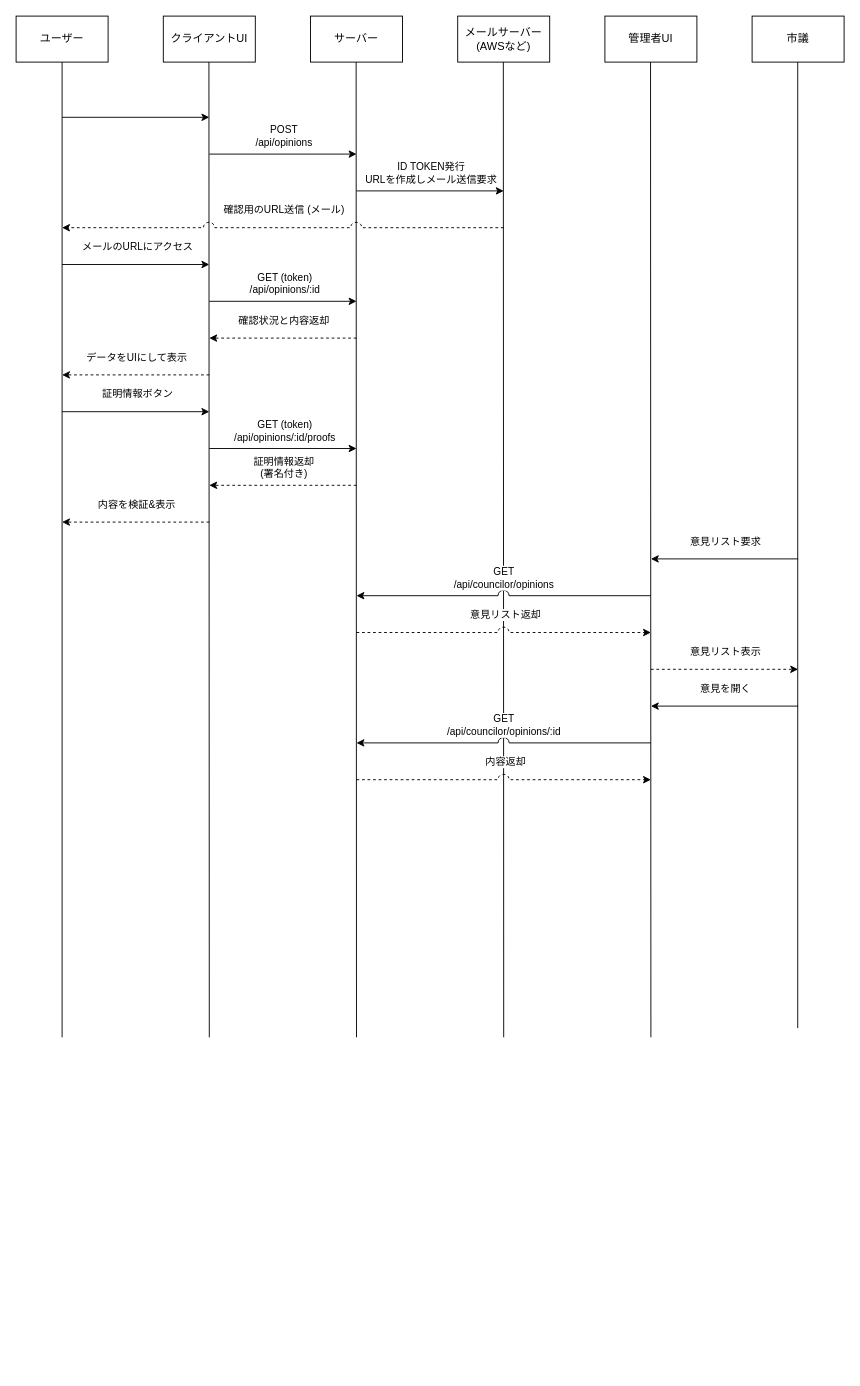
The draw.io diagram blueprint/city-ikenbako.drawio in mocadayoo/city-ikenbako, before the edit. Source tidied: cells renumbered, new cells numbered last; positions are measured from the earlier drawing's top-left corner, leaving out a move shared by most shapes. Both pictures are drawn from the tidied source at 92%, with x=0, y=0 at pixel (16, 16).
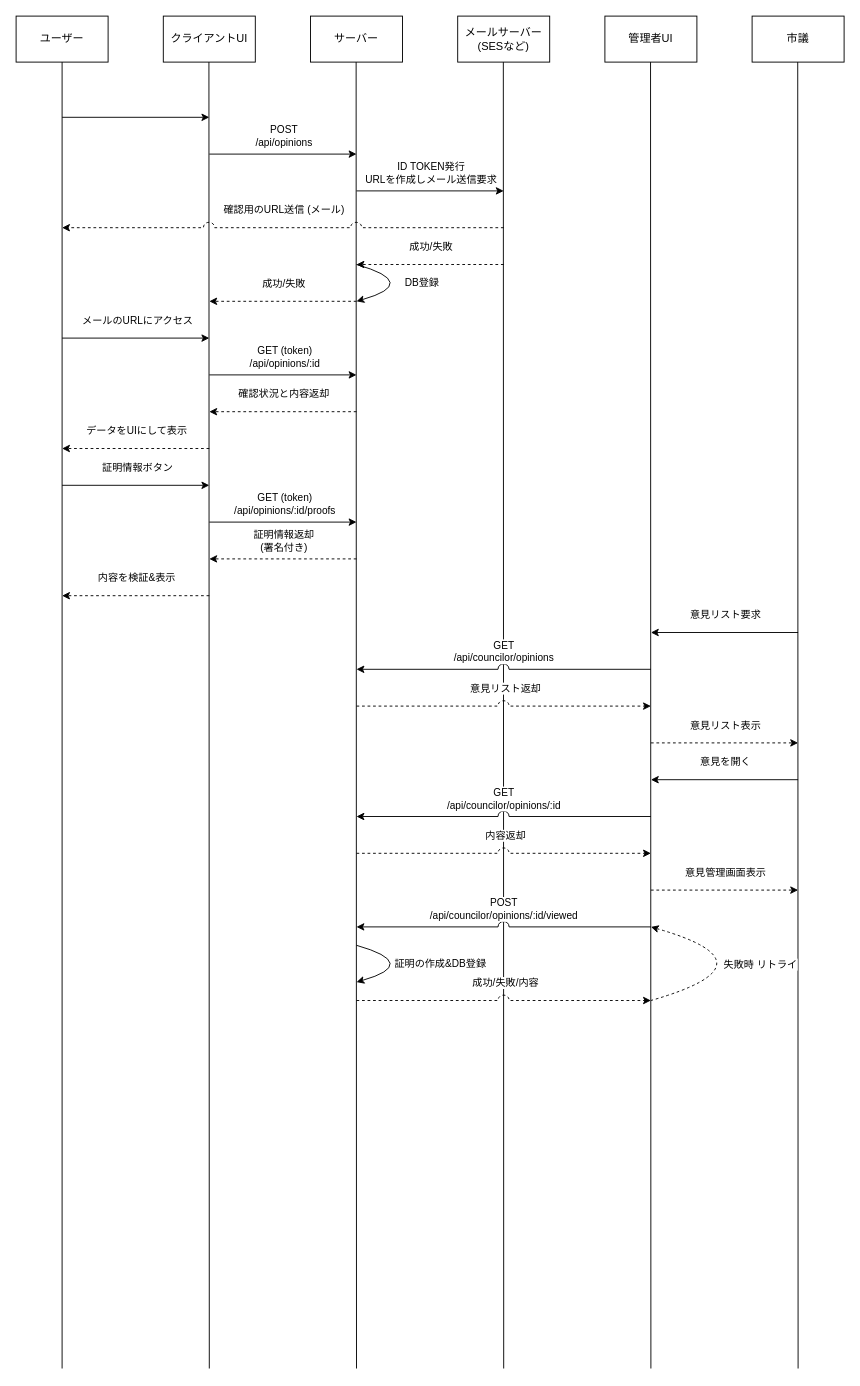
After the change.

Commit message:
chore(blueprint): update flowchart

The change refers to these unchanged cells:
```xml
<mxCell id="2" value="ユーザー" style="rounded=0;whiteSpace=wrap;html=1;" parent="1" vertex="1">
  <mxGeometry width="100" height="50" as="geometry" />
</mxCell>
```

Diff of the diagram source:
```diff
@@
     <mxCell id="5" style="endArrow=none;html=1;rounded=0;entryX=0.5;entryY=1;entryDx=0;entryDy=0;" parent="1" edge="1" target="2">
       <mxGeometry relative="1" as="geometry">
-        <mxPoint x="50" y="1110" as="sourcePoint" />
+        <mxPoint x="50" y="1470" as="sourcePoint" />
       </mxGeometry>
     </mxCell>
     <mxCell id="6" style="endArrow=none;html=1;rounded=0;entryX=0.5;entryY=1;entryDx=0;entryDy=0;" parent="1" edge="1">
       <mxGeometry relative="1" as="geometry">
-        <mxPoint x="210" y="1110" as="sourcePoint" />
+        <mxPoint x="210" y="1470" as="sourcePoint" />
         <mxPoint x="209.6" y="50" as="targetPoint" />
       </mxGeometry>
     </mxCell>
     <mxCell id="7" style="endArrow=none;html=1;rounded=0;entryX=0.5;entryY=1;entryDx=0;entryDy=0;" parent="1" edge="1">
       <mxGeometry relative="1" as="geometry">
-        <mxPoint x="370" y="1110" as="sourcePoint" />
+        <mxPoint x="370" y="1470" as="sourcePoint" />
         <mxPoint x="369.6" y="50" as="targetPoint" />
       </mxGeometry>
     </mxCell>
@@
-    <mxCell id="10" value="メールサーバー&lt;div&gt;(AWSなど)&lt;/div&gt;" style="rounded=0;whiteSpace=wrap;html=1;" parent="1" vertex="1">
+    <mxCell id="10" value="メールサーバー&lt;div&gt;(SESなど)&lt;/div&gt;" style="rounded=0;whiteSpace=wrap;html=1;" parent="1" vertex="1">
       <mxGeometry x="480" width="100" height="50" as="geometry" />
     </mxCell>
     <mxCell id="11" style="endArrow=none;html=1;rounded=0;entryX=0.5;entryY=1;entryDx=0;entryDy=0;" parent="1" edge="1">
       <mxGeometry relative="1" as="geometry">
-        <mxPoint x="530" y="1110" as="sourcePoint" />
+        <mxPoint x="530" y="1470" as="sourcePoint" />
         <mxPoint x="529.6" y="50" as="targetPoint" />
       </mxGeometry>
     </mxCell>
@@
     <mxCell id="15" style="endArrow=none;html=1;rounded=0;entryX=0.5;entryY=1;entryDx=0;entryDy=0;" parent="1" edge="1">
       <mxGeometry relative="1" as="geometry">
-        <mxPoint x="690" y="1110" as="sourcePoint" />
+        <mxPoint x="690" y="1470" as="sourcePoint" />
         <mxPoint x="689.6" y="50" as="targetPoint" />
       </mxGeometry>
     </mxCell>
@@
     <mxCell id="20" style="endArrow=classic;html=1;rounded=0;" parent="1" edge="1">
       <mxGeometry relative="1" as="geometry">
-        <mxPoint x="50" y="270" as="sourcePoint" />
-        <mxPoint x="210" y="270" as="targetPoint" />
+        <mxPoint x="50" y="350" as="sourcePoint" />
+        <mxPoint x="210" y="350" as="targetPoint" />
       </mxGeometry>
     </mxCell>
@@
     <mxCell id="22" style="endArrow=classic;html=1;rounded=0;" parent="1" edge="1">
       <mxGeometry relative="1" as="geometry">
-        <mxPoint x="210" y="310" as="sourcePoint" />
-        <mxPoint x="370" y="310" as="targetPoint" />
+        <mxPoint x="210" y="390" as="sourcePoint" />
+        <mxPoint x="370" y="390" as="targetPoint" />
       </mxGeometry>
     </mxCell>
@@
     <mxCell id="24" style="endArrow=classic;html=1;rounded=0;dashed=1;" parent="1" edge="1">
       <mxGeometry relative="1" as="geometry">
-        <mxPoint x="370" y="350" as="sourcePoint" />
-        <mxPoint x="210" y="350" as="targetPoint" />
+        <mxPoint x="370" y="430" as="sourcePoint" />
+        <mxPoint x="210" y="430" as="targetPoint" />
       </mxGeometry>
     </mxCell>
@@
     <mxCell id="26" style="endArrow=classic;html=1;rounded=0;dashed=1;" parent="1" edge="1">
       <mxGeometry relative="1" as="geometry">
-        <mxPoint x="210" y="390" as="sourcePoint" />
-        <mxPoint x="50" y="390" as="targetPoint" />
+        <mxPoint x="210" y="470" as="sourcePoint" />
+        <mxPoint x="50" y="470" as="targetPoint" />
       </mxGeometry>
     </mxCell>
@@
     <mxCell id="29" style="endArrow=none;html=1;rounded=0;entryX=0.5;entryY=1;entryDx=0;entryDy=0;" parent="1" edge="1">
       <mxGeometry relative="1" as="geometry">
-        <mxPoint x="849.6" y="1100" as="sourcePoint" />
+        <mxPoint x="850" y="1470" as="sourcePoint" />
         <mxPoint x="849.6" y="50" as="targetPoint" />
       </mxGeometry>
     </mxCell>
     <mxCell id="30" style="endArrow=classic;html=1;rounded=0;" parent="1" edge="1">
       <mxGeometry relative="1" as="geometry">
-        <mxPoint x="50" y="430" as="sourcePoint" />
-        <mxPoint x="210" y="430" as="targetPoint" />
+        <mxPoint x="50" y="510" as="sourcePoint" />
+        <mxPoint x="210" y="510" as="targetPoint" />
       </mxGeometry>
     </mxCell>
@@
     <mxCell id="32" style="endArrow=classic;html=1;rounded=0;" parent="1" edge="1">
       <mxGeometry relative="1" as="geometry">
-        <mxPoint x="210" y="470" as="sourcePoint" />
-        <mxPoint x="370" y="470" as="targetPoint" />
+        <mxPoint x="210" y="550" as="sourcePoint" />
+        <mxPoint x="370" y="550" as="targetPoint" />
       </mxGeometry>
     </mxCell>
@@
     <mxCell id="34" style="endArrow=classic;html=1;rounded=0;dashed=1;" parent="1" edge="1">
       <mxGeometry relative="1" as="geometry">
-        <mxPoint x="370" y="510" as="sourcePoint" />
-        <mxPoint x="210" y="510" as="targetPoint" />
+        <mxPoint x="370" y="590" as="sourcePoint" />
+        <mxPoint x="210" y="590" as="targetPoint" />
       </mxGeometry>
     </mxCell>
@@
     <mxCell id="36" style="endArrow=classic;html=1;rounded=0;dashed=1;" parent="1" edge="1">
       <mxGeometry relative="1" as="geometry">
-        <mxPoint x="210" y="550" as="sourcePoint" />
-        <mxPoint x="50" y="550" as="targetPoint" />
+        <mxPoint x="210" y="630" as="sourcePoint" />
+        <mxPoint x="50" y="630" as="targetPoint" />
       </mxGeometry>
     </mxCell>
@@
     <mxCell id="38" style="endArrow=classic;html=1;rounded=0;" parent="1" edge="1">
       <mxGeometry relative="1" as="geometry">
-        <mxPoint x="850" y="590" as="sourcePoint" />
-        <mxPoint x="690" y="590" as="targetPoint" />
+        <mxPoint x="850" y="670" as="sourcePoint" />
+        <mxPoint x="690" y="670" as="targetPoint" />
       </mxGeometry>
     </mxCell>
@@
     <mxCell id="40" style="endArrow=classic;html=1;rounded=0;jumpStyle=arc;jumpSize=12;" parent="1" edge="1">
       <mxGeometry relative="1" as="geometry">
-        <mxPoint x="690" y="630" as="sourcePoint" />
-        <mxPoint x="370" y="630" as="targetPoint" />
+        <mxPoint x="690" y="710" as="sourcePoint" />
+        <mxPoint x="370" y="710" as="targetPoint" />
       </mxGeometry>
     </mxCell>
@@
     <mxCell id="42" style="endArrow=classic;html=1;rounded=0;dashed=1;jumpStyle=arc;jumpSize=12;" parent="1" edge="1">
       <mxGeometry relative="1" as="geometry">
-        <mxPoint x="370" y="670" as="sourcePoint" />
-        <mxPoint x="690" y="670" as="targetPoint" />
+        <mxPoint x="370" y="750" as="sourcePoint" />
+        <mxPoint x="690" y="750" as="targetPoint" />
       </mxGeometry>
     </mxCell>
@@
     <mxCell id="44" style="endArrow=classic;html=1;rounded=0;dashed=1;" parent="1" edge="1">
       <mxGeometry relative="1" as="geometry">
-        <mxPoint x="690" y="710" as="sourcePoint" />
-        <mxPoint x="850" y="710" as="targetPoint" />
+        <mxPoint x="690" y="790" as="sourcePoint" />
+        <mxPoint x="850" y="790" as="targetPoint" />
       </mxGeometry>
     </mxCell>
@@
     <mxCell id="46" style="endArrow=classic;html=1;rounded=0;" parent="1" edge="1">
       <mxGeometry relative="1" as="geometry">
-        <mxPoint x="850" y="750" as="sourcePoint" />
-        <mxPoint x="690" y="750" as="targetPoint" />
+        <mxPoint x="850" y="830" as="sourcePoint" />
+        <mxPoint x="690" y="830" as="targetPoint" />
       </mxGeometry>
     </mxCell>
@@
     <mxCell id="48" style="endArrow=classic;html=1;rounded=0;jumpStyle=arc;jumpSize=12;" parent="1" edge="1">
       <mxGeometry relative="1" as="geometry">
-        <mxPoint x="690" y="790" as="sourcePoint" />
-        <mxPoint x="370" y="790" as="targetPoint" />
+        <mxPoint x="690" y="870" as="sourcePoint" />
+        <mxPoint x="370" y="870" as="targetPoint" />
       </mxGeometry>
     </mxCell>
@@
     <mxCell id="50" style="endArrow=classic;html=1;rounded=0;dashed=1;jumpStyle=arc;jumpSize=12;" parent="1" edge="1">
       <mxGeometry relative="1" as="geometry">
-        <mxPoint x="370" y="830" as="sourcePoint" />
-        <mxPoint x="690" y="830" as="targetPoint" />
+        <mxPoint x="370" y="910" as="sourcePoint" />
+        <mxPoint x="690" y="910" as="targetPoint" />
       </mxGeometry>
     </mxCell>
@@
+    <mxCell id="52" style="endArrow=classic;html=1;rounded=0;dashed=1;" parent="1" edge="1">
+      <mxGeometry relative="1" as="geometry">
+        <mxPoint x="690" y="950" as="sourcePoint" />
+        <mxPoint x="850" y="950" as="targetPoint" />
+      </mxGeometry>
+    </mxCell>
+    <mxCell id="53" value="意見管理画面表示" style="edgeLabel;html=1;align=center;verticalAlign=middle;labelBackgroundColor=default;labelBorderColor=none;" parent="52" vertex="1">
+      <mxGeometry x="-0.34" y="-3" relative="1" as="geometry">
+        <mxPoint x="27" y="-23" as="offset" />
+      </mxGeometry>
+    </mxCell>
+    <mxCell id="54" style="endArrow=classic;html=1;rounded=0;jumpStyle=arc;jumpSize=12;" parent="1" edge="1">
+      <mxGeometry relative="1" as="geometry">
+        <mxPoint x="690" y="990" as="sourcePoint" />
+        <mxPoint x="370" y="990" as="targetPoint" />
+      </mxGeometry>
+    </mxCell>
+    <mxCell id="55" value="POST&lt;br&gt;&lt;div&gt;/api/councilor/opinions/:id/viewed&lt;/div&gt;" style="edgeLabel;html=1;align=center;verticalAlign=middle;labelBackgroundColor=default;labelBorderColor=none;" parent="54" vertex="1">
+      <mxGeometry x="-0.34" y="-3" relative="1" as="geometry">
+        <mxPoint x="-55" y="-17" as="offset" />
+      </mxGeometry>
+    </mxCell>
+    <mxCell id="56" style="endArrow=classic;html=1;rounded=0;dashed=1;" parent="1" edge="1">
+      <mxGeometry relative="1" as="geometry">
+        <mxPoint x="530" y="270" as="sourcePoint" />
+        <mxPoint x="370" y="270" as="targetPoint" />
+      </mxGeometry>
+    </mxCell>
+    <mxCell id="57" value="成功/失敗" style="edgeLabel;html=1;align=center;verticalAlign=middle;labelBackgroundColor=default;labelBorderColor=none;" parent="56" vertex="1">
+      <mxGeometry x="-0.34" y="-3" relative="1" as="geometry">
+        <mxPoint x="-27" y="-17" as="offset" />
+      </mxGeometry>
+    </mxCell>
+    <mxCell id="58" style="endArrow=classic;html=1;rounded=0;dashed=1;" parent="1" edge="1">
+      <mxGeometry relative="1" as="geometry">
+        <mxPoint x="370" y="310" as="sourcePoint" />
+        <mxPoint x="210" y="310" as="targetPoint" />
+      </mxGeometry>
+    </mxCell>
+    <mxCell id="59" value="成功/失敗" style="edgeLabel;html=1;align=center;verticalAlign=middle;labelBackgroundColor=default;labelBorderColor=none;" parent="58" vertex="1">
+      <mxGeometry x="-0.34" y="-3" relative="1" as="geometry">
+        <mxPoint x="-27" y="-17" as="offset" />
+      </mxGeometry>
+    </mxCell>
+    <mxCell id="60" style="endArrow=none;html=1;rounded=0;curved=1;endFill=0;startArrow=classic;startFill=1;dashed=1;" parent="1" edge="1">
+      <mxGeometry relative="1" as="geometry">
+        <mxPoint x="690" y="990" as="sourcePoint" />
+        <mxPoint x="690" y="1070" as="targetPoint" />
+        <Array as="points">
+          <mxPoint x="830" y="1030" />
+        </Array>
+      </mxGeometry>
+    </mxCell>
+    <mxCell id="61" value="失敗時 リトライ" style="edgeLabel;html=1;align=center;verticalAlign=middle;" parent="60" vertex="1">
+      <mxGeometry x="0.53" y="-7" relative="1" as="geometry">
+        <mxPoint x="55" y="-14" as="offset" />
+      </mxGeometry>
+    </mxCell>
+    <mxCell id="62" style="endArrow=classic;html=1;rounded=0;dashed=1;jumpStyle=arc;jumpSize=12;" parent="1" edge="1">
+      <mxGeometry relative="1" as="geometry">
+        <mxPoint x="370" y="1070" as="sourcePoint" />
+        <mxPoint x="690" y="1070" as="targetPoint" />
+      </mxGeometry>
+    </mxCell>
+    <mxCell id="63" value="成功/失敗/内容" style="edgeLabel;html=1;align=center;verticalAlign=middle;labelBackgroundColor=default;labelBorderColor=none;" parent="62" vertex="1">
+      <mxGeometry x="-0.34" y="-3" relative="1" as="geometry">
+        <mxPoint x="55" y="-23" as="offset" />
+      </mxGeometry>
+    </mxCell>
+    <mxCell id="64" style="endArrow=classic;html=1;rounded=0;curved=1;endFill=1;startArrow=none;startFill=0;" parent="1" edge="1">
+      <mxGeometry relative="1" as="geometry">
+        <mxPoint x="370" y="1010" as="sourcePoint" />
+        <mxPoint x="370" y="1050" as="targetPoint" />
+        <Array as="points">
+          <mxPoint x="440" y="1030" />
+        </Array>
+      </mxGeometry>
+    </mxCell>
+    <mxCell id="65" value="証明の作成&amp;amp;DB登録" style="edgeLabel;html=1;align=center;verticalAlign=middle;" parent="64" vertex="1">
+      <mxGeometry x="0.53" y="-7" relative="1" as="geometry">
+        <mxPoint x="59" y="-4" as="offset" />
+      </mxGeometry>
+    </mxCell>
+    <mxCell id="66" style="endArrow=classic;html=1;rounded=0;curved=1;endFill=1;startArrow=none;startFill=0;" parent="1" edge="1">
+      <mxGeometry relative="1" as="geometry">
+        <mxPoint x="370" y="270" as="sourcePoint" />
+        <mxPoint x="370" y="310" as="targetPoint" />
+        <Array as="points">
+          <mxPoint x="440" y="290" />
+        </Array>
+      </mxGeometry>
+    </mxCell>
+    <mxCell id="67" value="DB登録" style="edgeLabel;html=1;align=center;verticalAlign=middle;" parent="66" vertex="1">
+      <mxGeometry x="0.53" y="-7" relative="1" as="geometry">
+        <mxPoint x="39" y="-4" as="offset" />
+      </mxGeometry>
+    </mxCell>
```
